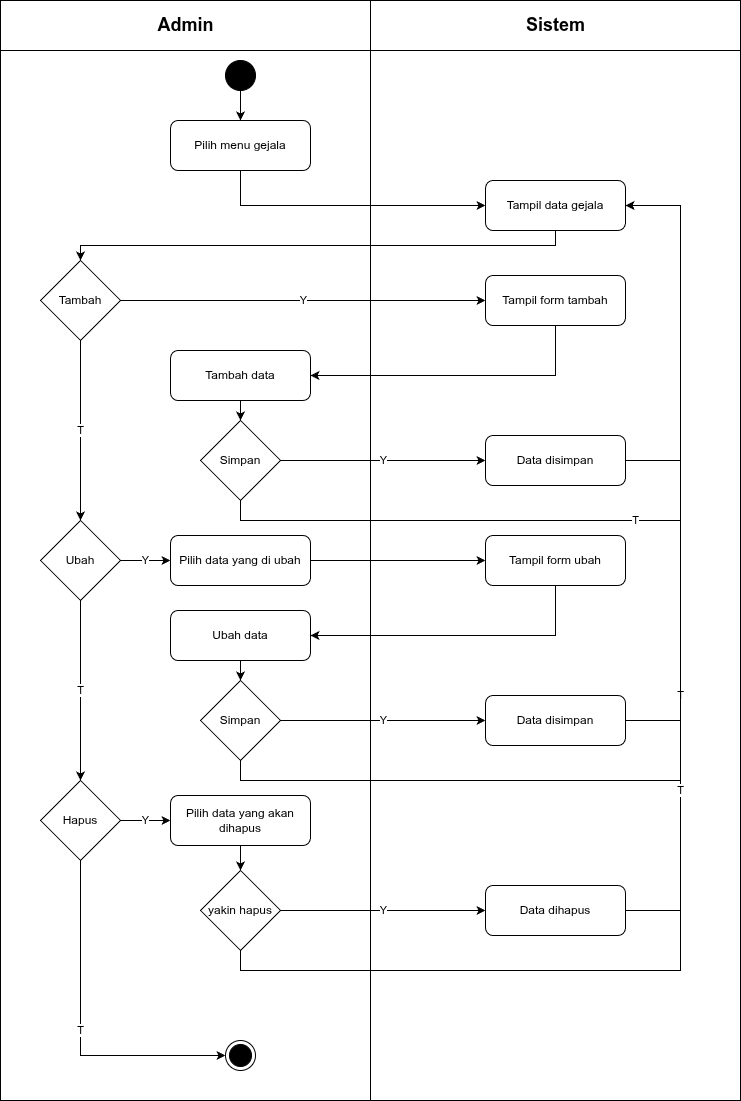
Before: diagram/activity/admin/crud-gejala.png, a diagram exported from draw.io (RajaSunrise/kangkungku). Source tidied: cells renumbered, new cells last; positions are measured from the earlier drawing's top-left corner, leaving out a move shared by most shapes.
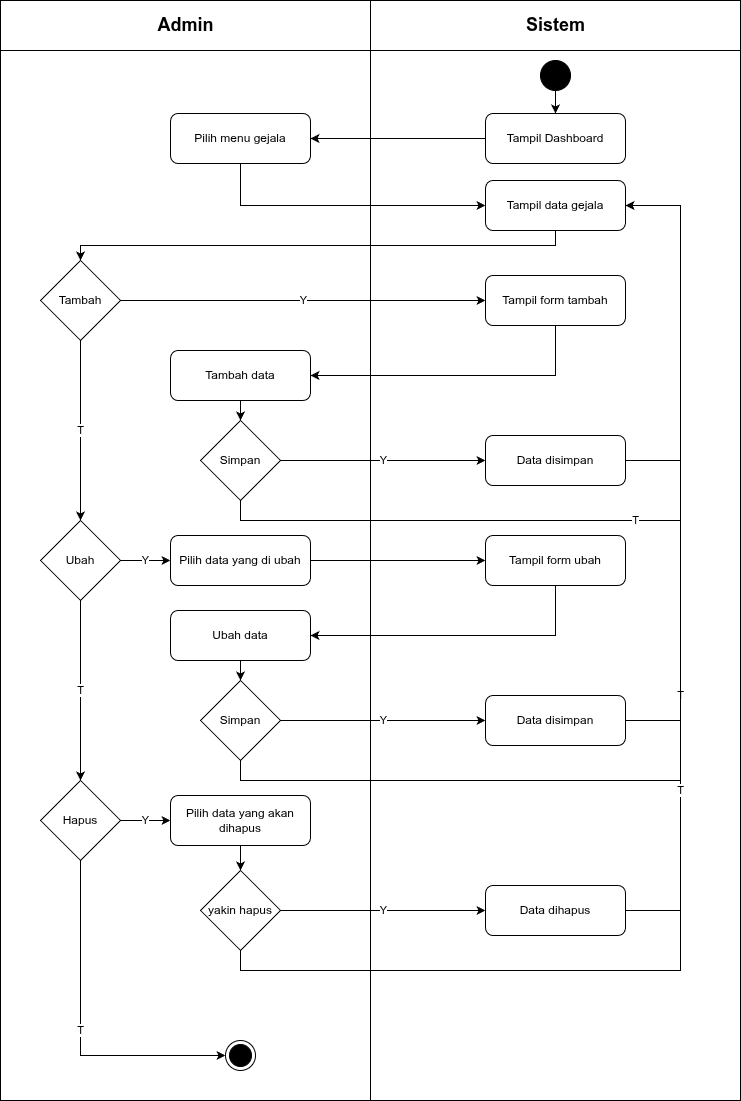
The same file after the commit.

Diff of the diagram source:
```diff
@@ -12,13 +12,13 @@
       <mxGeometry x="505" y="10" width="100" height="30" as="geometry" />
     </mxCell>
     <mxCell id="5" style="ellipse;whiteSpace=wrap;html=1;fillColor=#000000;strokeColor=#000000;" parent="1" vertex="1">
-      <mxGeometry x="225" y="60" width="30" height="30" as="geometry" />
+      <mxGeometry x="540" y="60" width="30" height="30" as="geometry" />
     </mxCell>
-    <mxCell id="6" style="endArrow=classic;html=1;exitX=0.5;exitY=1;exitDx=0;exitDy=0;entryX=0.5;entryY=0;entryDx=0;entryDy=0;edgeStyle=orthogonalEdgeStyle;rounded=0;" parent="1" edge="1" source="5" target="7">
+    <mxCell id="6" style="endArrow=classic;html=1;exitX=0.5;exitY=1;exitDx=0;exitDy=0;entryX=0.5;entryY=0;entryDx=0;entryDy=0;edgeStyle=orthogonalEdgeStyle;rounded=0;" parent="1" edge="1" source="5" target="49">
       <mxGeometry relative="1" as="geometry" />
     </mxCell>
     <mxCell id="7" value="Pilih menu gejala" style="rounded=1;whiteSpace=wrap;html=1;" parent="1" vertex="1">
-      <mxGeometry x="170" y="120" width="140" height="50" as="geometry" />
+      <mxGeometry x="170" y="113" width="140" height="50" as="geometry" />
     </mxCell>
     <mxCell id="8" value="Tampil data gejala" style="rounded=1;whiteSpace=wrap;html=1;" parent="1" vertex="1">
       <mxGeometry x="485" y="180" width="140" height="50" as="geometry" />
@@ -204,5 +204,11 @@
         </Array>
       </mxGeometry>
     </mxCell>
+    <mxCell id="48" style="edgeStyle=none;html=1;exitX=0;exitY=0.5;exitDx=0;exitDy=0;entryX=1;entryY=0.5;entryDx=0;entryDy=0;" parent="1" edge="1" source="49" target="7">
+      <mxGeometry relative="1" as="geometry" />
+    </mxCell>
+    <mxCell id="49" value="Tampil Dashboard" style="rounded=1;whiteSpace=wrap;html=1;" parent="1" vertex="1">
+      <mxGeometry x="485" y="113" width="140" height="50" as="geometry" />
+    </mxCell>
   </root>
 </mxGraphModel>
```
